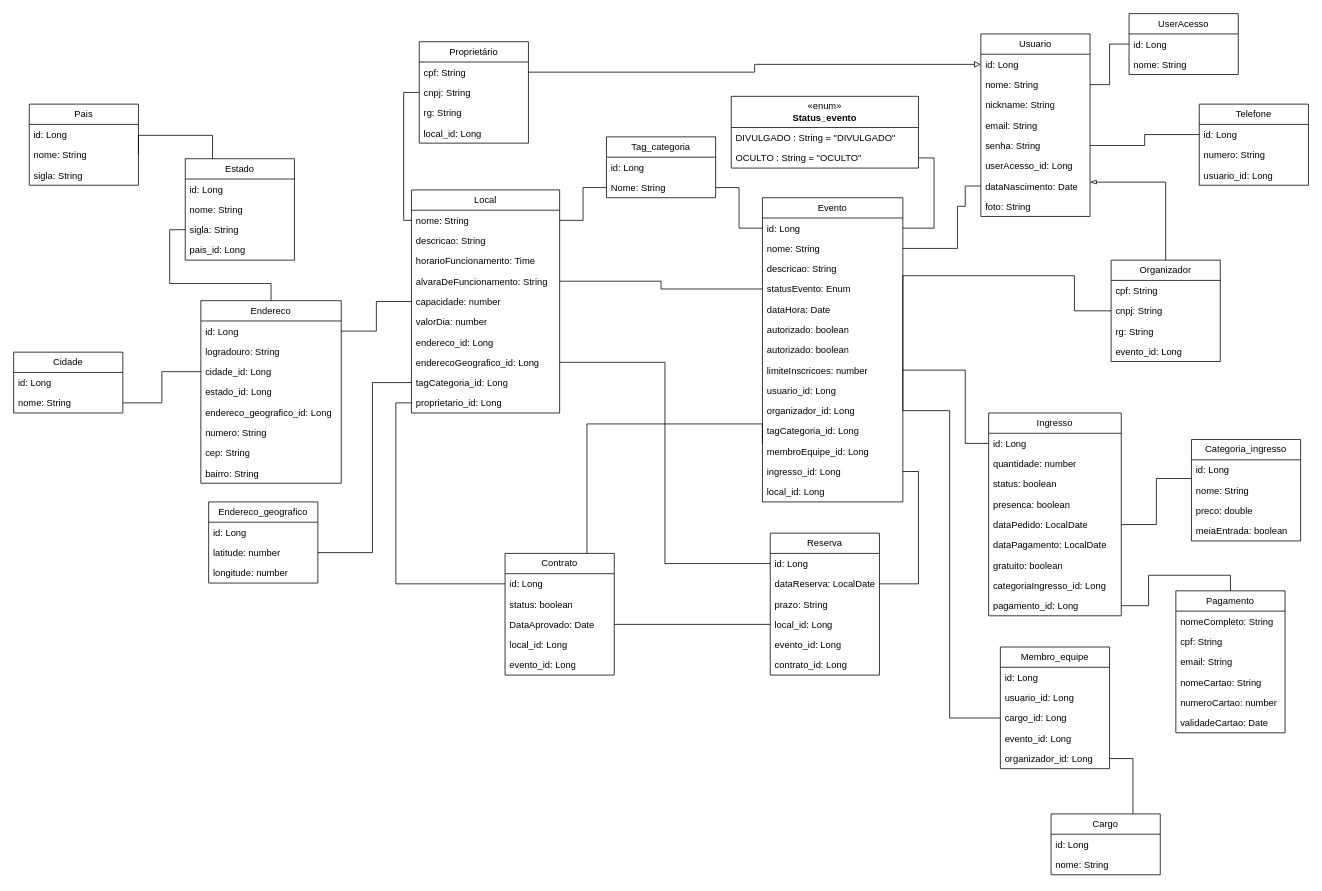
Earlier version of the draw.io diagram DiagramaDeClassesPokando.drawio (ChumeLabs-Pokando/Pokando). Source tidied: cells renumbered, new cells numbered last; positions are measured from the earlier drawing's top-left corner, leaving out a move shared by most shapes. Both pictures are drawn from the tidied source at 78%, with x=0, y=0 at pixel (13, 13).
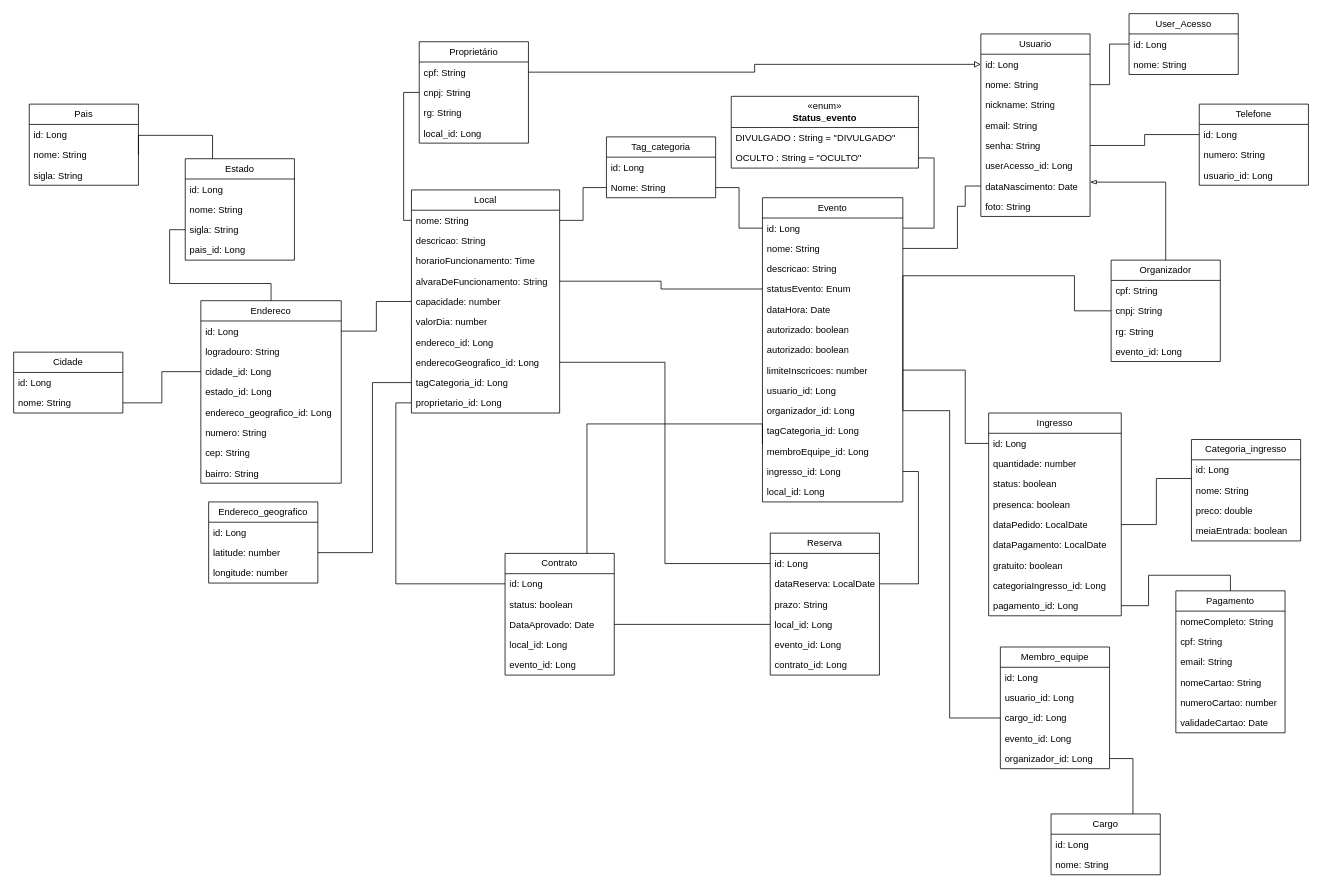
Above is the later version.

Diff of the diagram source:
```diff
@@
-    <mxCell id="115" value="UserAcesso" style="swimlane;fontStyle=0;horizontal=1;startSize=26;fillColor=none;whiteSpace=wrap;html=1;" parent="1" vertex="1">
+    <mxCell id="115" value="User_Acesso" style="swimlane;fontStyle=0;horizontal=1;startSize=26;fillColor=none;whiteSpace=wrap;html=1;" parent="1" vertex="1">
       <mxGeometry x="1430" width="140" height="78" as="geometry" />
     </mxCell>
```
